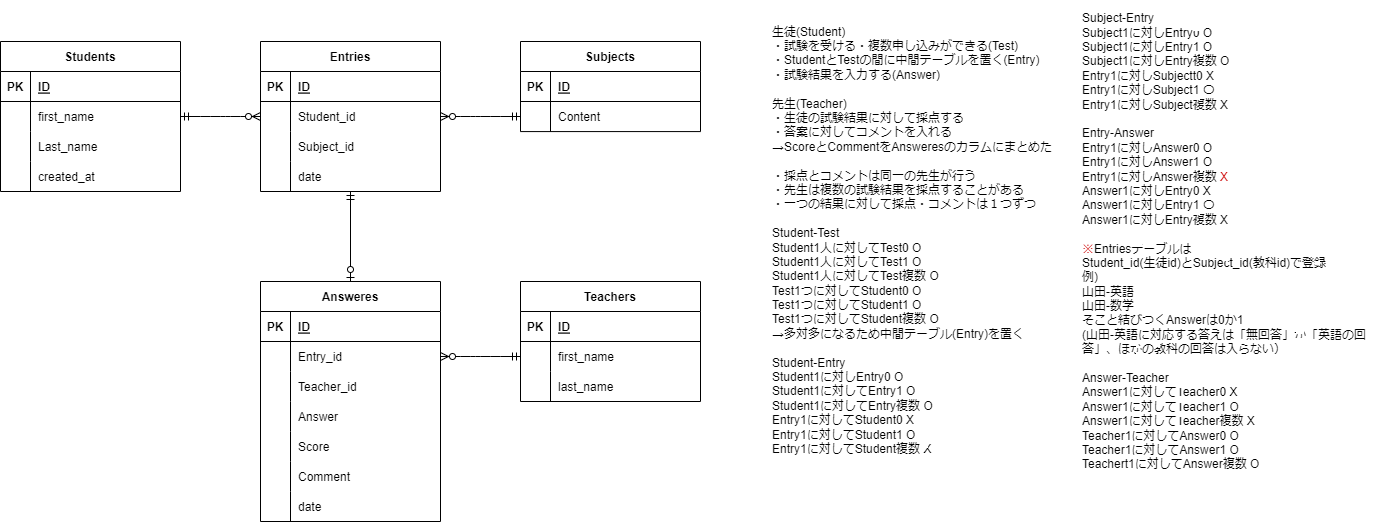
Before: test.drawio.png, a diagram exported from draw.io (Hozumin08/20230318_Takaboshi). Source tidied: cells renumbered, new cells last; positions are measured from the earlier drawing's top-left corner, leaving out a move shared by most shapes.
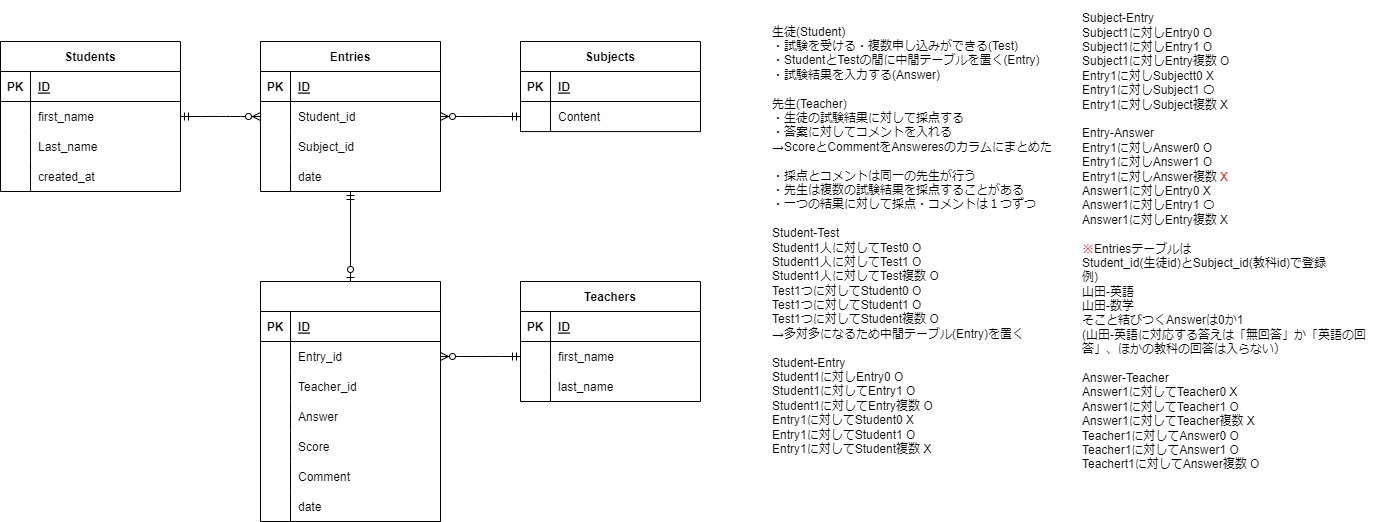
The same file after the commit.

Commit message:
Teacher_id追加

Change to the diagram source:
```diff
@@ -41,7 +41,7 @@
     <mxCell id="14" value="created_at" style="shape=partialRectangle;fillColor=none;top=0;left=0;bottom=0;right=0;align=left;spacingLeft=6;overflow=hidden;" parent="12" vertex="1">
       <mxGeometry x="30" width="150" height="30" as="geometry" />
     </mxCell>
-    <mxCell id="15" value="Answeres" style="shape=table;startSize=30;rowLines=0;fontStyle=1;align=center;" parent="1" vertex="1">
+    <mxCell id="15" value="Answeres" style="shape=table;startSize=30;rowLines=0;fontStyle=1;align=center;fontColor=none;noLabel=1;" parent="1" vertex="1">
       <mxGeometry x="260" y="281" width="180" height="240" as="geometry" />
     </mxCell>
     <mxCell id="16" style="shape=tableRow;horizontal=0;startSize=0;swimlaneHead=0;swimlaneBody=0;fillColor=none;top=0;left=0;right=0;bottom=1;" parent="15" vertex="1">
```
